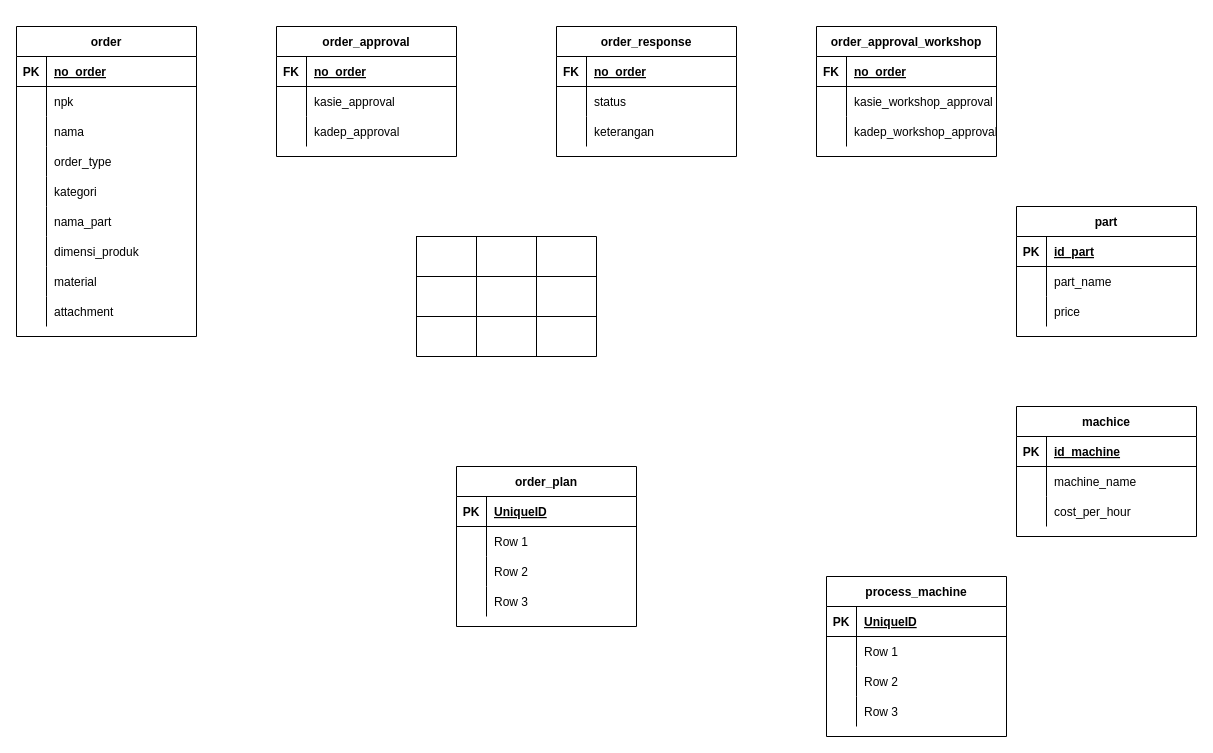
Earlier version of the draw.io diagram page "DB Relation" (2 of 2) of Digitalisasi Workshop.drawio (ariefriski/digitalisasi-form-workshop). Source tidied: cells renumbered, new cells numbered last; positions are measured from the earlier drawing's top-left corner, leaving out a move shared by most shapes. Both pictures are drawn from the tidied source at 100%, with x=0, y=0 at pixel (16, 26).
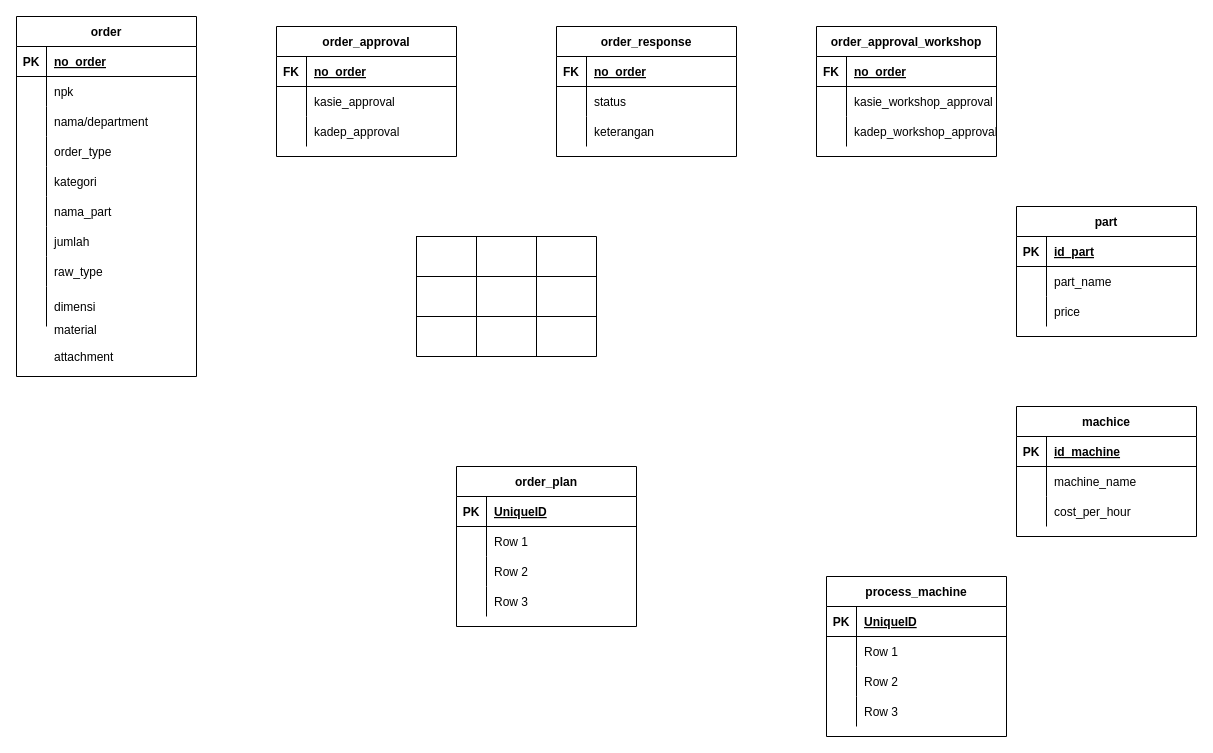
The same page after the edit.

Unchanged cells that the change refers to:
```xml
<mxCell id="9" style="shape=tableRow;horizontal=0;startSize=0;swimlaneHead=0;swimlaneBody=0;fillColor=none;top=0;left=0;right=0;bottom=0;" parent="2" vertex="1">
  <mxGeometry y="90" width="180" height="30" as="geometry" />
</mxCell>
<mxCell id="21" style="shape=tableRow;horizontal=0;startSize=0;swimlaneHead=0;swimlaneBody=0;fillColor=none;top=0;left=0;right=0;bottom=0;" parent="2" vertex="1">
  <mxGeometry y="210" width="180" height="30" as="geometry" />
</mxCell>
<mxCell id="24" style="shape=tableRow;horizontal=0;startSize=0;swimlaneHead=0;swimlaneBody=0;fillColor=none;top=0;left=0;right=0;bottom=0;" parent="2" vertex="1">
  <mxGeometry y="240" width="180" height="30" as="geometry" />
</mxCell>
```

Change to the diagram source:
```diff
@@
     <mxCell id="2" value="order" style="shape=table;startSize=30;childLayout=tableLayout;rowLines=0;fontStyle=1;align=center;" parent="1" vertex="1">
-      <mxGeometry width="180" height="310" as="geometry" />
+      <mxGeometry y="-10" width="180" height="360" as="geometry" />
     </mxCell>
@@
-    <mxCell id="11" value="nama" style="shape=partialRectangle;fillColor=none;top=0;left=0;bottom=0;right=0;align=left;spacingLeft=6;overflow=hidden;" parent="9" vertex="1">
+    <mxCell id="11" value="nama/department" style="shape=partialRectangle;fillColor=none;top=0;left=0;bottom=0;right=0;align=left;spacingLeft=6;overflow=hidden;" parent="9" vertex="1">
       <mxGeometry x="30" width="150" height="30" as="geometry" />
     </mxCell>
@@
-    <mxCell id="23" value="dimensi_produk" style="shape=partialRectangle;fillColor=none;top=0;left=0;bottom=0;right=0;align=left;spacingLeft=6;overflow=hidden;" parent="21" vertex="1">
+    <mxCell id="23" value="jumlah    " style="shape=partialRectangle;fillColor=none;top=0;left=0;bottom=0;right=0;align=left;spacingLeft=6;overflow=hidden;" parent="21" vertex="1">
       <mxGeometry x="30" width="150" height="30" as="geometry" />
     </mxCell>
@@
-    <mxCell id="26" value="material" style="shape=partialRectangle;fillColor=none;top=0;left=0;bottom=0;right=0;align=left;spacingLeft=6;overflow=hidden;" parent="24" vertex="1">
+    <mxCell id="26" value="raw_type" style="shape=partialRectangle;fillColor=none;top=0;left=0;bottom=0;right=0;align=left;spacingLeft=6;overflow=hidden;" parent="24" vertex="1">
       <mxGeometry x="30" width="150" height="30" as="geometry" />
     </mxCell>
     <mxCell id="27" style="shape=tableRow;horizontal=0;startSize=0;swimlaneHead=0;swimlaneBody=0;fillColor=none;top=0;left=0;right=0;bottom=0;" parent="2" vertex="1">
-      <mxGeometry y="270" width="180" height="30" as="geometry" />
+      <mxGeometry y="270" width="180" height="40" as="geometry" />
     </mxCell>
     <mxCell id="28" style="shape=partialRectangle;fillColor=none;top=0;left=0;bottom=0;right=0;overflow=hidden;" parent="27" vertex="1">
-      <mxGeometry width="30" height="30" as="geometry" />
+      <mxGeometry width="30" height="40" as="geometry" />
     </mxCell>
-    <mxCell id="29" value="attachment" style="shape=partialRectangle;fillColor=none;top=0;left=0;bottom=0;right=0;align=left;spacingLeft=6;overflow=hidden;" parent="27" vertex="1">
-      <mxGeometry x="30" width="150" height="30" as="geometry" />
+    <mxCell id="29" value="dimensi" style="shape=partialRectangle;fillColor=none;top=0;left=0;bottom=0;right=0;align=left;spacingLeft=6;overflow=hidden;" parent="27" vertex="1">
+      <mxGeometry x="30" width="150" height="40" as="geometry" />
     </mxCell>
@@
+    <mxCell id="119" value="material&#10;" style="shape=partialRectangle;fillColor=none;top=0;left=0;bottom=0;right=0;align=left;spacingLeft=6;overflow=hidden;" parent="1" vertex="1">
+      <mxGeometry x="30" y="290" width="150" height="40" as="geometry" />
+    </mxCell>
+    <mxCell id="120" value="attachment" style="shape=partialRectangle;fillColor=none;top=0;left=0;bottom=0;right=0;align=left;spacingLeft=6;overflow=hidden;" parent="1" vertex="1">
+      <mxGeometry x="30" y="310" width="150" height="40" as="geometry" />
+    </mxCell>
```
